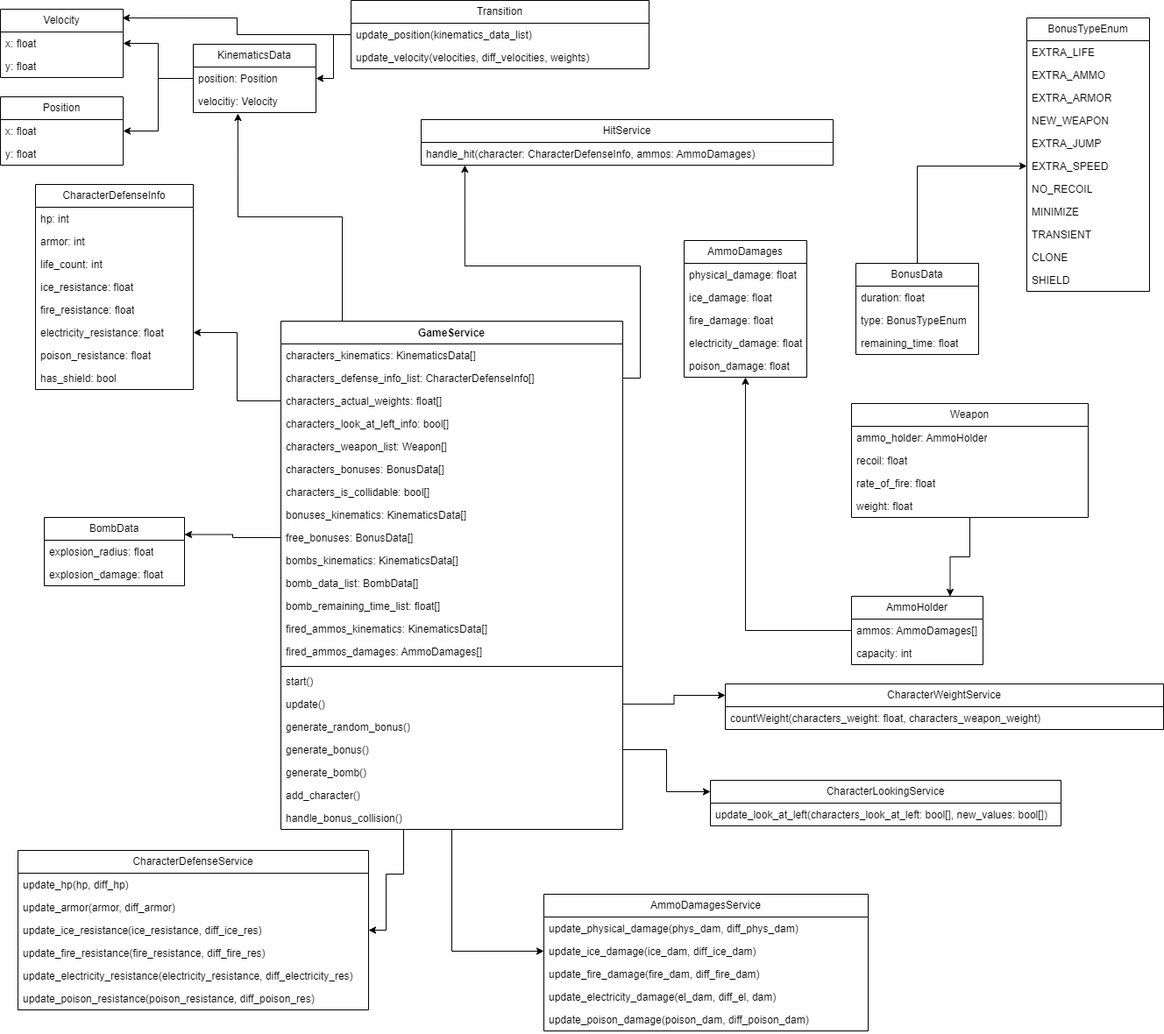
Earlier version of the draw.io export src/main/resources/NFT_game_3_base_v2.drawio.png (StudentCSF/Archit_Proj). Source tidied: cells renumbered, new cells last; positions are measured from the earlier drawing's top-left corner, leaving out a move shared by most shapes.
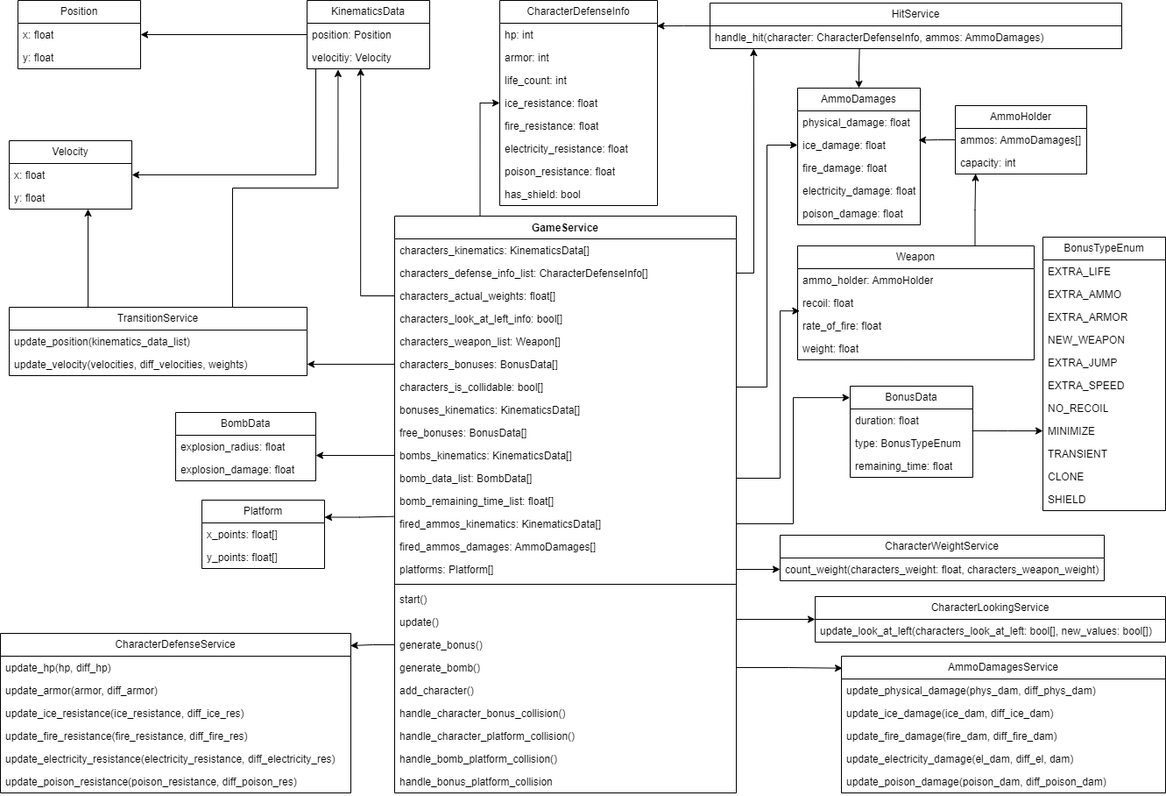
Later version of the same file.

The edit, as a diff of the source:
```diff
@@ -5,3 +5,3 @@
     <mxCell id="2" value="Position" style="swimlane;fontStyle=0;horizontal=1;startSize=26;fillColor=none;whiteSpace=wrap;html=1;" parent="1" vertex="1">
-      <mxGeometry y="110" width="140" height="78" as="geometry" />
+      <mxGeometry x="-110" y="120" width="140" height="78" as="geometry" />
     </mxCell>
@@ -13,4 +13,4 @@
     </mxCell>
-    <mxCell id="5" value="Transition" style="swimlane;fontStyle=0;horizontal=1;startSize=26;fillColor=none;whiteSpace=wrap;html=1;" parent="1" vertex="1">
-      <mxGeometry x="400" width="340" height="78" as="geometry" />
+    <mxCell id="5" value="TransitionService" style="swimlane;fontStyle=0;horizontal=1;startSize=26;fillColor=none;whiteSpace=wrap;html=1;" parent="1" vertex="1">
+      <mxGeometry x="-120" y="470" width="340" height="78" as="geometry" />
     </mxCell>
@@ -23,6 +23,10 @@
     <mxCell id="8" style="edgeStyle=orthogonalEdgeStyle;rounded=0;jettySize=auto;html=1;entryX=1;entryY=0.5;entryDx=0;entryDy=0;" parent="1" edge="1" source="9" target="13">
-      <mxGeometry relative="1" as="geometry" />
+      <mxGeometry relative="1" as="geometry">
+        <Array as="points">
+          <mxPoint x="230" y="319" />
+        </Array>
+      </mxGeometry>
     </mxCell>
     <mxCell id="9" value="KinematicsData" style="swimlane;fontStyle=0;horizontal=1;startSize=26;fillColor=none;whiteSpace=wrap;html=1;" parent="1" vertex="1">
-      <mxGeometry x="220" y="50" width="140" height="78" as="geometry" />
+      <mxGeometry x="220" y="120" width="140" height="78" as="geometry" />
     </mxCell>
@@ -35,3 +39,3 @@
     <mxCell id="12" value="Velocity" style="swimlane;fontStyle=0;horizontal=1;startSize=26;fillColor=none;whiteSpace=wrap;html=1;" parent="1" vertex="1">
-      <mxGeometry y="10" width="140" height="78" as="geometry" />
+      <mxGeometry x="-120" y="280" width="140" height="78" as="geometry" />
     </mxCell>
@@ -44,3 +48,3 @@
     <mxCell id="15" value="CharacterDefenseInfo" style="swimlane;fontStyle=0;horizontal=1;startSize=26;fillColor=none;whiteSpace=wrap;html=1;" parent="1" vertex="1">
-      <mxGeometry x="40" y="210" width="180" height="234" as="geometry" />
+      <mxGeometry x="440" y="120" width="180" height="234" as="geometry" />
     </mxCell>
@@ -71,3 +75,3 @@
     <mxCell id="24" value="AmmoDamages" style="swimlane;fontStyle=0;horizontal=1;startSize=26;fillColor=none;whiteSpace=wrap;html=1;" parent="1" vertex="1">
-      <mxGeometry x="780" y="274" width="140" height="156" as="geometry" />
+      <mxGeometry x="780" y="220" width="140" height="156" as="geometry" />
     </mxCell>
@@ -89,3 +93,3 @@
     <mxCell id="30" value="HitService" style="swimlane;fontStyle=0;horizontal=1;startSize=26;fillColor=none;whiteSpace=wrap;html=1;" parent="1" vertex="1">
-      <mxGeometry x="480" y="136" width="470" height="52" as="geometry" />
+      <mxGeometry x="680" y="123" width="470" height="52" as="geometry" />
     </mxCell>
@@ -94,7 +98,4 @@
     </mxCell>
-    <mxCell id="32" style="edgeStyle=orthogonalEdgeStyle;rounded=0;jettySize=auto;html=1;entryX=0.5;entryY=1;entryDx=0;entryDy=0;" parent="1" edge="1" source="33" target="24">
-      <mxGeometry relative="1" as="geometry" />
-    </mxCell>
     <mxCell id="33" value="AmmoHolder" style="swimlane;fontStyle=0;horizontal=1;startSize=26;fillColor=none;whiteSpace=wrap;html=1;" parent="1" vertex="1">
-      <mxGeometry x="971" y="680" width="150" height="78" as="geometry" />
+      <mxGeometry x="960" y="240" width="150" height="78" as="geometry" />
     </mxCell>
@@ -106,7 +107,4 @@
     </mxCell>
-    <mxCell id="36" style="edgeStyle=orthogonalEdgeStyle;rounded=0;jettySize=auto;html=1;entryX=0.75;entryY=0;entryDx=0;entryDy=0;" parent="1" edge="1" source="37" target="33">
-      <mxGeometry relative="1" as="geometry" />
-    </mxCell>
     <mxCell id="37" value="Weapon" style="swimlane;fontStyle=0;horizontal=1;startSize=26;fillColor=none;whiteSpace=wrap;html=1;" parent="1" vertex="1">
-      <mxGeometry x="971" y="460" width="270" height="130" as="geometry" />
+      <mxGeometry x="780" y="400" width="270" height="130" as="geometry" />
     </mxCell>
@@ -125,12 +123,12 @@
     <mxCell id="42" value="CharacterWeightService" style="swimlane;fontStyle=0;horizontal=1;startSize=26;fillColor=none;whiteSpace=wrap;html=1;" parent="1" vertex="1">
-      <mxGeometry x="827" y="780" width="500" height="52" as="geometry" />
+      <mxGeometry x="760" y="730" width="370" height="52" as="geometry" />
     </mxCell>
-    <mxCell id="43" value="countWeight(characters_weight: float, characters_weapon_weight)" style="text;strokeColor=none;fillColor=none;align=left;verticalAlign=top;spacingLeft=4;spacingRight=4;overflow=hidden;points=[[0,0.5],[1,0.5]];portConstraint=eastwest;whiteSpace=wrap;html=1;" parent="42" vertex="1">
-      <mxGeometry y="26" width="500" height="26" as="geometry" />
+    <mxCell id="43" value="count_weight(characters_weight: float, characters_weapon_weight)" style="text;strokeColor=none;fillColor=none;align=left;verticalAlign=top;spacingLeft=4;spacingRight=4;overflow=hidden;points=[[0,0.5],[1,0.5]];portConstraint=eastwest;whiteSpace=wrap;html=1;" parent="42" vertex="1">
+      <mxGeometry y="26" width="370" height="26" as="geometry" />
     </mxCell>
-    <mxCell id="44" style="edgeStyle=orthogonalEdgeStyle;rounded=0;jettySize=auto;html=1;entryX=0;entryY=0.5;entryDx=0;entryDy=0;" parent="1" edge="1" source="45" target="99">
-      <mxGeometry relative="1" as="geometry" />
-    </mxCell>
+    <mxCell id="113" style="edgeStyle=orthogonalEdgeStyle;rounded=0;jettySize=auto;html=1;exitX=0.25;exitY=0;exitDx=0;exitDy=0;entryX=0;entryY=0.5;entryDx=0;entryDy=0;" parent="1" edge="1" source="45" target="19">
+      <mxGeometry relative="1" as="geometry" />
+    </mxCell>
     <mxCell id="45" value="GameService" style="swimlane;fontStyle=1;align=center;verticalAlign=top;horizontal=1;startSize=26;whiteSpace=wrap;html=1;" parent="1" vertex="1">
-      <mxGeometry x="320" y="366" width="390" height="580" as="geometry" />
+      <mxGeometry x="320" y="366" width="390" height="658" as="geometry" />
     </mxCell>
@@ -178,14 +176,14 @@
     </mxCell>
+    <mxCell id="114" value="platforms: Platform[]" style="text;strokeColor=none;fillColor=none;align=left;verticalAlign=top;spacingLeft=4;spacingRight=4;overflow=hidden;points=[[0,0.5],[1,0.5]];portConstraint=eastwest;whiteSpace=wrap;html=1;" parent="45" vertex="1">
+      <mxGeometry y="390" width="390" height="26" as="geometry" />
+    </mxCell>
     <mxCell id="60" style="line;strokeWidth=1;fillColor=none;align=left;verticalAlign=middle;spacingTop=-1;spacingLeft=3;spacingRight=3;labelPosition=right;strokeColor=inherit;" parent="45" vertex="1">
-      <mxGeometry y="390" width="390" height="8" as="geometry" />
+      <mxGeometry y="416" width="390" height="8" as="geometry" />
     </mxCell>
     <mxCell id="61" value="start()" style="text;strokeColor=none;fillColor=none;align=left;verticalAlign=top;spacingLeft=4;spacingRight=4;overflow=hidden;whiteSpace=wrap;html=1;" parent="45" vertex="1">
-      <mxGeometry y="398" width="390" height="26" as="geometry" />
+      <mxGeometry y="424" width="390" height="26" as="geometry" />
     </mxCell>
     <mxCell id="62" value="update()" style="text;strokeColor=none;fillColor=none;align=left;verticalAlign=top;spacingLeft=4;spacingRight=4;overflow=hidden;points=[[0,0.5],[1,0.5]];portConstraint=eastwest;whiteSpace=wrap;html=1;" parent="45" vertex="1">
-      <mxGeometry y="424" width="390" height="26" as="geometry" />
+      <mxGeometry y="450" width="390" height="26" as="geometry" />
     </mxCell>
-    <mxCell id="63" value="generate_random_bonus()" style="text;strokeColor=none;fillColor=none;align=left;verticalAlign=top;spacingLeft=4;spacingRight=4;overflow=hidden;whiteSpace=wrap;html=1;" parent="45" vertex="1">
-      <mxGeometry y="450" width="390" height="26" as="geometry" />
-    </mxCell>
     <mxCell id="64" value="generate_bonus()" style="text;strokeColor=none;fillColor=none;align=left;verticalAlign=top;spacingLeft=4;spacingRight=4;overflow=hidden;points=[[0,0.5],[1,0.5]];portConstraint=eastwest;whiteSpace=wrap;html=1;" parent="45" vertex="1">
@@ -199,7 +197,16 @@
     </mxCell>
-    <mxCell id="67" value="handle_bonus_collision()" style="text;strokeColor=none;fillColor=none;align=left;verticalAlign=top;spacingLeft=4;spacingRight=4;overflow=hidden;points=[[0,0.5],[1,0.5]];portConstraint=eastwest;whiteSpace=wrap;html=1;" parent="45" vertex="1">
+    <mxCell id="67" value="handle_character_bonus_collision()" style="text;strokeColor=none;fillColor=none;align=left;verticalAlign=top;spacingLeft=4;spacingRight=4;overflow=hidden;points=[[0,0.5],[1,0.5]];portConstraint=eastwest;whiteSpace=wrap;html=1;" parent="45" vertex="1">
       <mxGeometry y="554" width="390" height="26" as="geometry" />
     </mxCell>
+    <mxCell id="115" value="handle_character_platform_collision()" style="text;strokeColor=none;fillColor=none;align=left;verticalAlign=top;spacingLeft=4;spacingRight=4;overflow=hidden;whiteSpace=wrap;html=1;" parent="45" vertex="1">
+      <mxGeometry y="580" width="390" height="26" as="geometry" />
+    </mxCell>
+    <mxCell id="116" value="handle_bomb_platform_collision()" style="text;strokeColor=none;fillColor=none;align=left;verticalAlign=top;spacingLeft=4;spacingRight=4;overflow=hidden;whiteSpace=wrap;html=1;" parent="45" vertex="1">
+      <mxGeometry y="606" width="390" height="26" as="geometry" />
+    </mxCell>
+    <mxCell id="117" value="handle_bonus_platform_collision" style="text;strokeColor=none;fillColor=none;align=left;verticalAlign=top;spacingLeft=4;spacingRight=4;overflow=hidden;whiteSpace=wrap;html=1;" parent="45" vertex="1">
+      <mxGeometry y="632" width="390" height="26" as="geometry" />
+    </mxCell>
     <mxCell id="68" value="BonusTypeEnum" style="swimlane;fontStyle=0;horizontal=1;startSize=26;fillColor=none;whiteSpace=wrap;html=1;" parent="1" vertex="1">
-      <mxGeometry x="1171" y="20" width="140" height="312" as="geometry" />
+      <mxGeometry x="1060" y="390" width="140" height="312" as="geometry" />
     </mxCell>
@@ -238,7 +245,4 @@
     </mxCell>
-    <mxCell id="80" style="edgeStyle=orthogonalEdgeStyle;rounded=0;jettySize=auto;html=1;entryX=0;entryY=0.5;entryDx=0;entryDy=0;" parent="1" edge="1" source="81" target="74">
-      <mxGeometry relative="1" as="geometry" />
-    </mxCell>
     <mxCell id="81" value="BonusData" style="swimlane;fontStyle=0;horizontal=1;startSize=26;fillColor=none;whiteSpace=wrap;html=1;" parent="1" vertex="1">
-      <mxGeometry x="976" y="300" width="140" height="104" as="geometry" />
+      <mxGeometry x="840" y="560" width="140" height="104" as="geometry" />
     </mxCell>
@@ -254,3 +258,3 @@
     <mxCell id="85" value="BombData" style="swimlane;fontStyle=0;horizontal=1;startSize=26;fillColor=none;whiteSpace=wrap;html=1;" parent="1" vertex="1">
-      <mxGeometry x="50" y="590" width="160" height="78" as="geometry" />
+      <mxGeometry x="70" y="590" width="160" height="78" as="geometry" />
     </mxCell>
@@ -263,3 +267,3 @@
     <mxCell id="88" value="CharacterLookingService" style="swimlane;fontStyle=0;horizontal=1;startSize=26;fillColor=none;whiteSpace=wrap;html=1;" parent="1" vertex="1">
-      <mxGeometry x="810" y="890" width="400" height="52" as="geometry" />
+      <mxGeometry x="800" y="800" width="400" height="52" as="geometry" />
     </mxCell>
@@ -269,3 +273,3 @@
     <mxCell id="90" value="CharacterDefenseService" style="swimlane;fontStyle=0;horizontal=1;startSize=26;fillColor=none;whiteSpace=wrap;html=1;" parent="1" vertex="1">
-      <mxGeometry x="20" y="970" width="400" height="182" as="geometry" />
+      <mxGeometry x="-130" y="842" width="400" height="182" as="geometry" />
     </mxCell>
@@ -290,3 +294,3 @@
     <mxCell id="97" value="AmmoDamagesService" style="swimlane;fontStyle=0;horizontal=1;startSize=26;fillColor=none;whiteSpace=wrap;html=1;" parent="1" vertex="1">
-      <mxGeometry x="620" y="1020" width="370" height="156" as="geometry" />
+      <mxGeometry x="830" y="868" width="370" height="156" as="geometry" />
     </mxCell>
@@ -310,14 +314,2 @@
     </mxCell>
-    <mxCell id="104" style="edgeStyle=orthogonalEdgeStyle;rounded=0;jettySize=auto;html=1;entryX=1;entryY=0.5;entryDx=0;entryDy=0;" parent="1" edge="1" source="6" target="10">
-      <mxGeometry relative="1" as="geometry" />
-    </mxCell>
-    <mxCell id="105" style="edgeStyle=orthogonalEdgeStyle;rounded=0;jettySize=auto;html=1;entryX=0.993;entryY=0.128;entryDx=0;entryDy=0;entryPerimeter=0;" parent="1" edge="1" source="5" target="12">
-      <mxGeometry relative="1" as="geometry" />
-    </mxCell>
-    <mxCell id="106" style="edgeStyle=orthogonalEdgeStyle;rounded=0;jettySize=auto;html=1;entryX=1;entryY=0.25;entryDx=0;entryDy=0;" parent="1" edge="1" source="54" target="85">
-      <mxGeometry relative="1" as="geometry" />
-    </mxCell>
-    <mxCell id="107" style="edgeStyle=orthogonalEdgeStyle;rounded=0;jettySize=auto;html=1;entryX=1;entryY=0.5;entryDx=0;entryDy=0;" parent="1" edge="1" source="48" target="21">
-      <mxGeometry relative="1" as="geometry" />
-    </mxCell>
     <mxCell id="108" style="edgeStyle=orthogonalEdgeStyle;rounded=0;jettySize=auto;html=1;entryX=0.106;entryY=1;entryDx=0;entryDy=0;entryPerimeter=0;" parent="1" edge="1" source="47" target="31">
@@ -325,25 +317,76 @@
     </mxCell>
-    <mxCell id="109" style="edgeStyle=orthogonalEdgeStyle;rounded=0;jettySize=auto;html=1;entryX=0;entryY=0.25;entryDx=0;entryDy=0;" parent="1" edge="1" source="62" target="42">
-      <mxGeometry relative="1" as="geometry" />
-    </mxCell>
-    <mxCell id="110" style="edgeStyle=orthogonalEdgeStyle;rounded=0;jettySize=auto;html=1;entryX=0;entryY=0.25;entryDx=0;entryDy=0;" parent="1" edge="1" source="64" target="88">
-      <mxGeometry relative="1" as="geometry" />
-    </mxCell>
-    <mxCell id="111" style="edgeStyle=orthogonalEdgeStyle;rounded=0;jettySize=auto;html=1;entryX=0.364;entryY=1.038;entryDx=0;entryDy=0;entryPerimeter=0;" parent="1" edge="1" source="45" target="11">
-      <mxGeometry relative="1" as="geometry">
-        <Array as="points">
-          <mxPoint x="390" y="247" />
-          <mxPoint x="271" y="247" />
-        </Array>
-      </mxGeometry>
-    </mxCell>
-    <mxCell id="112" style="edgeStyle=orthogonalEdgeStyle;rounded=0;jettySize=auto;html=1;entryX=1;entryY=0.5;entryDx=0;entryDy=0;" parent="1" edge="1" source="67" target="93">
-      <mxGeometry relative="1" as="geometry">
-        <Array as="points">
-          <mxPoint x="460" y="997" />
-          <mxPoint x="440" y="997" />
-          <mxPoint x="440" y="1061" />
-        </Array>
-      </mxGeometry>
-    </mxCell>
+    <mxCell id="118" value="Platform" style="swimlane;fontStyle=0;horizontal=1;startSize=26;fillColor=none;whiteSpace=wrap;html=1;" parent="1" vertex="1">
+      <mxGeometry x="100" y="690" width="140" height="78" as="geometry" />
+    </mxCell>
+    <mxCell id="119" value="x_points: float[]" style="text;strokeColor=none;fillColor=none;align=left;verticalAlign=top;spacingLeft=4;spacingRight=4;overflow=hidden;whiteSpace=wrap;html=1;" parent="118" vertex="1">
+      <mxGeometry y="26" width="140" height="26" as="geometry" />
+    </mxCell>
+    <mxCell id="120" value="y_points: float[]" style="text;strokeColor=none;fillColor=none;align=left;verticalAlign=top;spacingLeft=4;spacingRight=4;overflow=hidden;whiteSpace=wrap;html=1;" parent="118" vertex="1">
+      <mxGeometry y="52" width="140" height="26" as="geometry" />
+    </mxCell>
+    <mxCell id="121" style="edgeStyle=orthogonalEdgeStyle;rounded=0;jettySize=auto;html=1;entryX=0;entryY=0.5;entryDx=0;entryDy=0;" parent="1" edge="1" source="52" target="26">
+      <mxGeometry relative="1" as="geometry" />
+    </mxCell>
+    <mxCell id="122" style="edgeStyle=orthogonalEdgeStyle;rounded=0;jettySize=auto;html=1;entryX=0.009;entryY=-0.145;entryDx=0;entryDy=0;entryPerimeter=0;" parent="1" edge="1" source="56" target="40">
+      <mxGeometry relative="1" as="geometry">
+        <Array as="points">
+          <mxPoint x="760" y="665" />
+          <mxPoint x="760" y="474" />
+        </Array>
+      </mxGeometry>
+    </mxCell>
+    <mxCell id="123" style="edgeStyle=orthogonalEdgeStyle;rounded=0;jettySize=auto;html=1;entryX=1;entryY=0.5;entryDx=0;entryDy=0;" parent="1" edge="1" source="51" target="7">
+      <mxGeometry relative="1" as="geometry" />
+    </mxCell>
+    <mxCell id="124" style="edgeStyle=orthogonalEdgeStyle;rounded=0;orthogonalLoop=1;jettySize=auto;html=1;" parent="1" edge="1">
+      <mxGeometry relative="1" as="geometry">
+        <mxPoint x="-30" y="470" as="sourcePoint" />
+        <mxPoint x="-30" y="358" as="targetPoint" />
+        <Array as="points">
+          <mxPoint x="-30" y="470" />
+        </Array>
+      </mxGeometry>
+    </mxCell>
+    <mxCell id="125" style="edgeStyle=orthogonalEdgeStyle;rounded=0;jettySize=auto;html=1;entryX=0.437;entryY=0.978;entryDx=0;entryDy=0;entryPerimeter=0;" parent="1" edge="1" source="48" target="11">
+      <mxGeometry relative="1" as="geometry" />
+    </mxCell>
+    <mxCell id="126" style="edgeStyle=orthogonalEdgeStyle;rounded=0;jettySize=auto;html=1;exitX=0.75;exitY=0;exitDx=0;exitDy=0;entryX=0.253;entryY=1.033;entryDx=0;entryDy=0;entryPerimeter=0;" parent="1" edge="1" source="5" target="11">
+      <mxGeometry relative="1" as="geometry" />
+    </mxCell>
+    <mxCell id="127" style="edgeStyle=orthogonalEdgeStyle;rounded=0;jettySize=auto;html=1;entryX=1;entryY=-0.115;entryDx=0;entryDy=0;entryPerimeter=0;" parent="1" edge="1" source="55" target="87">
+      <mxGeometry relative="1" as="geometry" />
+    </mxCell>
+    <mxCell id="128" style="edgeStyle=orthogonalEdgeStyle;rounded=0;jettySize=auto;html=1;entryX=-0.002;entryY=0.126;entryDx=0;entryDy=0;entryPerimeter=0;" parent="1" edge="1" source="58" target="81">
+      <mxGeometry relative="1" as="geometry" />
+    </mxCell>
+    <mxCell id="129" style="edgeStyle=orthogonalEdgeStyle;rounded=0;jettySize=auto;html=1;entryX=0;entryY=0.5;entryDx=0;entryDy=0;" parent="1" edge="1" source="114" target="43">
+      <mxGeometry relative="1" as="geometry" />
+    </mxCell>
+    <mxCell id="130" style="edgeStyle=orthogonalEdgeStyle;rounded=0;jettySize=auto;html=1;exitX=1;exitY=0.5;exitDx=0;exitDy=0;entryX=0.003;entryY=0.088;entryDx=0;entryDy=0;entryPerimeter=0;" parent="1" edge="1" source="65" target="97">
+      <mxGeometry relative="1" as="geometry" />
+    </mxCell>
+    <mxCell id="131" style="edgeStyle=orthogonalEdgeStyle;rounded=0;jettySize=auto;html=1;entryX=0.999;entryY=0.077;entryDx=0;entryDy=0;entryPerimeter=0;" parent="1" edge="1" source="64" target="90">
+      <mxGeometry relative="1" as="geometry" />
+    </mxCell>
+    <mxCell id="132" style="edgeStyle=orthogonalEdgeStyle;rounded=0;jettySize=auto;html=1;exitX=1;exitY=0.25;exitDx=0;exitDy=0;entryX=-0.002;entryY=0.179;entryDx=0;entryDy=0;entryPerimeter=0;startArrow=classic;startFill=1;endArrow=none;endFill=0;" parent="1" edge="1" source="118" target="58">
+      <mxGeometry relative="1" as="geometry" />
+    </mxCell>
+    <mxCell id="133" style="edgeStyle=orthogonalEdgeStyle;rounded=0;jettySize=auto;html=1;entryX=1;entryY=0.385;entryDx=0;entryDy=0;entryPerimeter=0;startArrow=classic;startFill=1;endArrow=none;endFill=0;" parent="1" edge="1" source="88" target="62">
+      <mxGeometry relative="1" as="geometry" />
+    </mxCell>
+    <mxCell id="134" style="edgeStyle=orthogonalEdgeStyle;rounded=0;jettySize=auto;html=1;entryX=0.994;entryY=0.956;entryDx=0;entryDy=0;entryPerimeter=0;startArrow=classic;startFill=1;endArrow=none;endFill=0;" parent="1" edge="1" source="76" target="82">
+      <mxGeometry relative="1" as="geometry" />
+    </mxCell>
+    <mxCell id="135" style="edgeStyle=orthogonalEdgeStyle;rounded=0;jettySize=auto;html=1;exitX=0.75;exitY=0;exitDx=0;exitDy=0;entryX=0.154;entryY=0.989;entryDx=0;entryDy=0;entryPerimeter=0;" parent="1" edge="1" source="37" target="35">
+      <mxGeometry relative="1" as="geometry" />
+    </mxCell>
+    <mxCell id="136" style="edgeStyle=orthogonalEdgeStyle;rounded=0;jettySize=auto;html=1;entryX=0.986;entryY=0.286;entryDx=0;entryDy=0;entryPerimeter=0;" parent="1" edge="1" source="34" target="26">
+      <mxGeometry relative="1" as="geometry" />
+    </mxCell>
+    <mxCell id="137" style="edgeStyle=orthogonalEdgeStyle;rounded=0;jettySize=auto;html=1;entryX=0.363;entryY=1.013;entryDx=0;entryDy=0;entryPerimeter=0;startArrow=classic;startFill=1;endArrow=none;endFill=0;" parent="1" edge="1" source="24" target="31">
+      <mxGeometry relative="1" as="geometry" />
+    </mxCell>
+    <mxCell id="138" style="edgeStyle=orthogonalEdgeStyle;rounded=0;jettySize=auto;html=1;entryX=0.997;entryY=0.121;entryDx=0;entryDy=0;entryPerimeter=0;" parent="1" edge="1" source="30" target="16">
+      <mxGeometry relative="1" as="geometry" />
+    </mxCell>
   </root>
```
